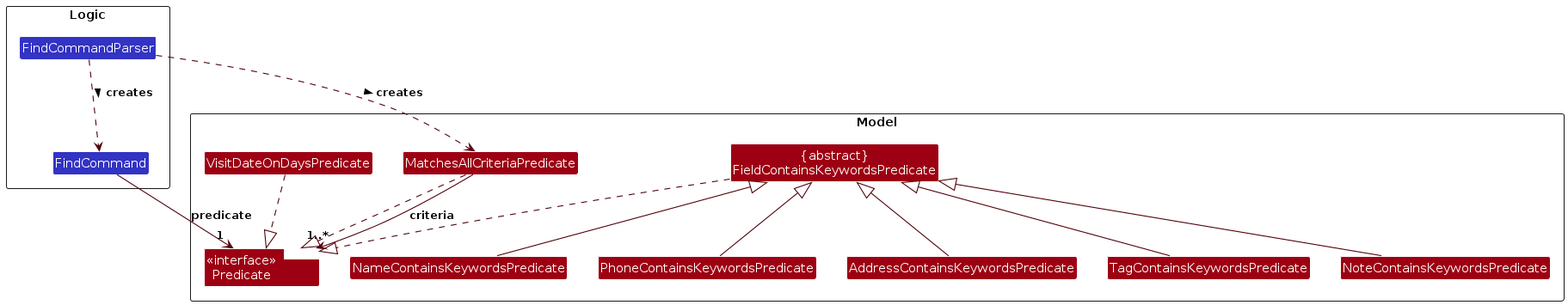
The PlantUML diagram diagrams/FindPredicateClassDiagram.png in AY2627S1-CS2103T-T09-4/tp, before a commit. Its source is kept beside it as diagrams/FindPredicateClassDiagram.puml.
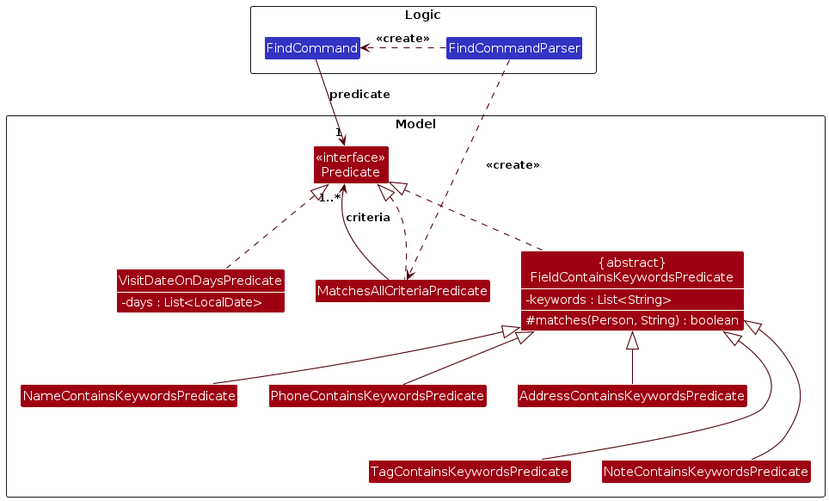
After the commit.

Diff of the diagram source:
```diff
@@ -3,6 +3,8 @@
 skinparam arrowThickness 1.1
 skinparam arrowColor MODEL_COLOR_T4
 skinparam classAttributeIconSize 0
+skinparam classAttributeFontColor #FFFFFF
+show members
 hide empty members
 
 package Logic as LogicPackage <<Rectangle>> {
@@ -11,7 +13,7 @@
 }
 
 package Model as ModelPackage <<Rectangle>> {
-Class "<<interface>>\nPredicate<Person>" as Predicate MODEL_COLOR
+Class "<<interface>>\nPredicate" as Predicate MODEL_COLOR
 Class MatchesAllCriteriaPredicate MODEL_COLOR
 Class "{abstract}\nFieldContainsKeywordsPredicate" as FieldPredicate MODEL_COLOR {
   - keywords : List<String>
@@ -27,18 +29,18 @@
 }
 }
 
-FindCommandParser ..> FindCommand : creates >
-FindCommandParser ..> MatchesAllCriteriaPredicate : creates >
+FindCommandParser .right.> FindCommand : <<create>>
+FindCommandParser ..> MatchesAllCriteriaPredicate : <<create>>
 FindCommand --> "1" Predicate : predicate
 
-MatchesAllCriteriaPredicate ..|> Predicate
+MatchesAllCriteriaPredicate .up.|> Predicate
 MatchesAllCriteriaPredicate --> "1..*" Predicate : criteria
-FieldPredicate ..|> Predicate
-VisitDateOnDaysPredicate ..|> Predicate
+FieldPredicate .up.|> Predicate
+VisitDateOnDaysPredicate .up.|> Predicate
 
 NameContainsKeywordsPredicate -up-|> FieldPredicate
 PhoneContainsKeywordsPredicate -up-|> FieldPredicate
 AddressContainsKeywordsPredicate -up-|> FieldPredicate
-TagContainsKeywordsPredicate -up-|> FieldPredicate
-NoteContainsKeywordsPredicate -up-|> FieldPredicate
+TagContainsKeywordsPredicate -up--|> FieldPredicate
+NoteContainsKeywordsPredicate -up--|> FieldPredicate
 @enduml
```
